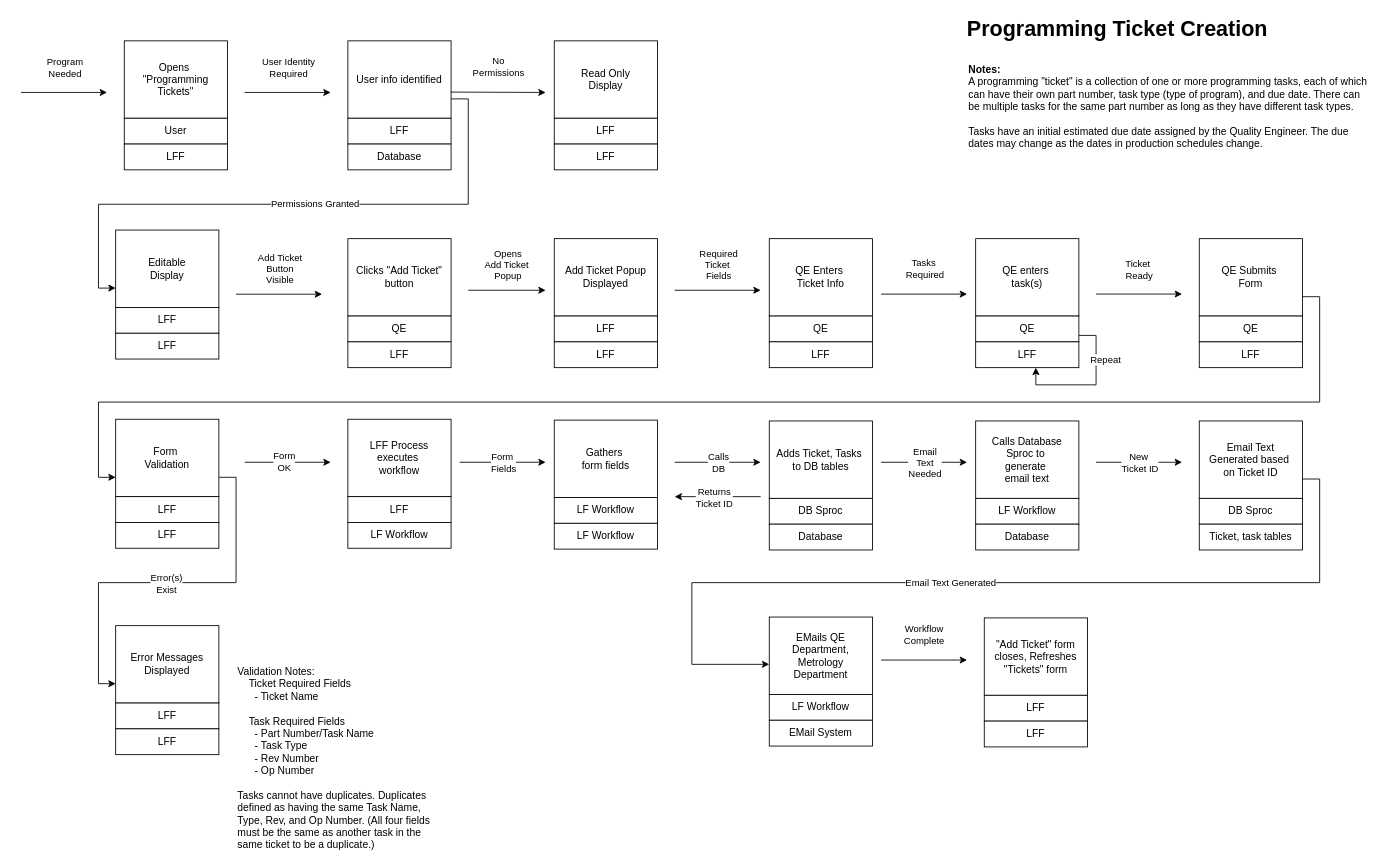
Earlier version of the draw.io diagram page "Create Prog Ticket" (1 of 6) of LFForms/MPM/Diagrams/UPN/Metrology Ticket System Processes.drawio (jeffreytwhitney/LFForms). Source tidied: cells renumbered, new cells numbered last; positions are measured from the earlier drawing's top-left corner, leaving out a move shared by most shapes. Both pictures are drawn from the tidied source at 86%, with x=0, y=0 at pixel (21, 15).
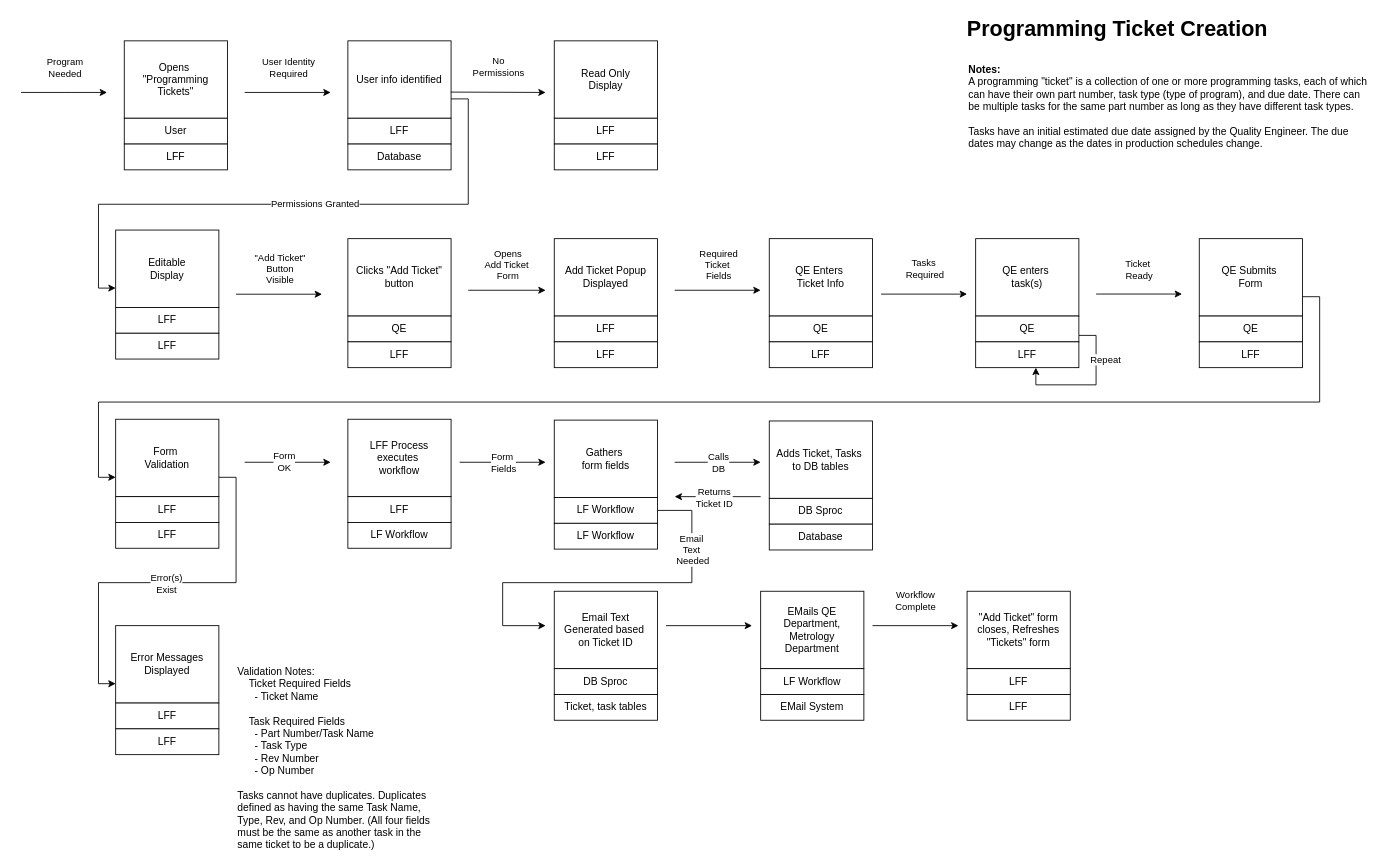
The same page after the edit.

The change refers to these unchanged cells:
```xml
<mxCell id="26" style="endArrow=classic;html=1;rounded=0;" parent="1" edge="1">
  <mxGeometry relative="1" as="geometry">
    <mxPoint x="250" y="324.6" as="sourcePoint" />
    <mxPoint x="350" y="324.6" as="targetPoint" />
  </mxGeometry>
</mxCell>
<mxCell id="32" style="endArrow=classic;html=1;rounded=0;" parent="1" edge="1">
  <mxGeometry relative="1" as="geometry">
    <mxPoint x="520" y="320" as="sourcePoint" />
    <mxPoint x="610" y="320" as="targetPoint" />
  </mxGeometry>
</mxCell>
<mxCell id="79" value="LF Workflow" style="rounded=0;whiteSpace=wrap;html=1;" parent="77" vertex="1">
  <mxGeometry y="90" width="120" height="30" as="geometry" />
</mxCell>
<mxCell id="90" value="Email Text&lt;div&gt;Generated based&amp;nbsp;&lt;/div&gt;&lt;div&gt;on Ticket ID&lt;/div&gt;" style="rounded=0;whiteSpace=wrap;html=1;" parent="89" vertex="1">
  <mxGeometry width="120" height="90" as="geometry" />
</mxCell>
```

What changed in the source:
```diff
@@
-    <mxCell id="27" value="Add Ticket&lt;div&gt;Button&lt;/div&gt;&lt;div&gt;Visible&lt;/div&gt;" style="edgeLabel;html=1;align=center;verticalAlign=middle;" parent="26" vertex="1">
+    <mxCell id="27" value="&quot;Add Ticket&quot;&lt;div&gt;Button&lt;/div&gt;&lt;div&gt;Visible&lt;/div&gt;" style="edgeLabel;html=1;align=center;verticalAlign=middle;" parent="26" vertex="1">
       <mxGeometry relative="1" as="geometry">
         <mxPoint y="-30" as="offset" />
       </mxGeometry>
     </mxCell>
@@
-    <mxCell id="33" value="Opens&lt;div&gt;Add Ticket&amp;nbsp;&lt;/div&gt;&lt;div&gt;Popup&lt;/div&gt;" style="edgeLabel;html=1;align=center;verticalAlign=middle;" parent="32" vertex="1">
+    <mxCell id="33" value="Opens&lt;div&gt;Add Ticket&amp;nbsp;&lt;/div&gt;&lt;div&gt;Form&lt;/div&gt;" style="edgeLabel;html=1;align=center;verticalAlign=middle;" parent="32" vertex="1">
       <mxGeometry relative="1" as="geometry">
         <mxPoint y="-30" as="offset" />
       </mxGeometry>
     </mxCell>
@@
     <mxCell id="89" style="group;" parent="1" vertex="1">
-      <mxGeometry x="1370" y="472" width="120" height="150" as="geometry" />
+      <mxGeometry x="620" y="670" width="120" height="150" as="geometry" />
     </mxCell>
@@
     <mxCell id="93" style="endArrow=classic;html=1;rounded=0;" parent="1" edge="1">
       <mxGeometry relative="1" as="geometry">
-        <mxPoint x="1000" y="520" as="sourcePoint" />
-        <mxPoint x="1100" y="520" as="targetPoint" />
+        <mxPoint x="750" y="710" as="sourcePoint" />
+        <mxPoint x="850" y="710" as="targetPoint" />
       </mxGeometry>
     </mxCell>
+    <mxCell id="99" style="endArrow=classic;html=1;rounded=0;edgeStyle=orthogonalEdgeStyle;exitX=1;exitY=0.5;exitDx=0;exitDy=0;" parent="1" edge="1" source="79">
+      <mxGeometry relative="1" as="geometry">
+        <mxPoint x="610" y="710" as="targetPoint" />
+        <Array as="points">
+          <mxPoint x="780" y="576" />
+          <mxPoint x="780" y="660" />
+          <mxPoint x="560" y="660" />
+          <mxPoint x="560" y="710" />
+        </Array>
+      </mxGeometry>
+    </mxCell>
-    <mxCell id="94" value="Email&lt;div&gt;Text&lt;/div&gt;&lt;div&gt;Needed&lt;/div&gt;" style="edgeLabel;html=1;align=center;verticalAlign=middle;" parent="93" vertex="1">
-      <mxGeometry relative="1" as="geometry" />
+    <mxCell id="94" value="Email&amp;nbsp;&lt;br&gt;Text&amp;nbsp;&lt;div&gt;Needed&lt;/div&gt;" style="edgeLabel;html=1;align=center;verticalAlign=middle;" parent="99" vertex="1">
+      <mxGeometry x="-0.66" relative="1" as="geometry">
+        <mxPoint y="10" as="offset" />
+      </mxGeometry>
     </mxCell>
-    <mxCell id="95" style="group;" parent="1" vertex="1">
-      <mxGeometry x="1110" y="472" width="120" height="150" as="geometry" />
-    </mxCell>
-    <mxCell id="96" value="Calls Database&lt;div&gt;Sproc to&amp;nbsp;&lt;/div&gt;&lt;div&gt;generate&amp;nbsp;&lt;/div&gt;&lt;div&gt;email text&lt;/div&gt;" style="rounded=0;whiteSpace=wrap;html=1;" parent="95" vertex="1">
-      <mxGeometry width="120" height="90" as="geometry" />
-    </mxCell>
-    <mxCell id="97" value="LF Workflow" style="rounded=0;whiteSpace=wrap;html=1;" parent="95" vertex="1">
-      <mxGeometry y="90" width="120" height="30" as="geometry" />
-    </mxCell>
-    <mxCell id="98" value="Database" style="rounded=0;whiteSpace=wrap;html=1;" parent="95" vertex="1">
-      <mxGeometry y="120" width="120" height="30" as="geometry" />
-    </mxCell>
-    <mxCell id="99" style="endArrow=classic;html=1;rounded=0;" parent="1" edge="1">
-      <mxGeometry relative="1" as="geometry">
-        <mxPoint x="1250" y="520" as="sourcePoint" />
-        <mxPoint x="1350" y="520" as="targetPoint" />
-      </mxGeometry>
-    </mxCell>
-    <mxCell id="100" value="New&amp;nbsp;&lt;div&gt;Ticket ID&lt;/div&gt;" style="edgeLabel;html=1;align=center;verticalAlign=middle;" parent="99" vertex="1">
-      <mxGeometry relative="1" as="geometry" />
-    </mxCell>
@@
     <mxCell id="103" style="group;" parent="1" vertex="1">
-      <mxGeometry x="870" y="700" width="120" height="150" as="geometry" />
+      <mxGeometry x="860" y="670" width="120" height="150" as="geometry" />
     </mxCell>
@@
-    <mxCell id="107" style="edgeStyle=orthogonalEdgeStyle;rounded=0;jettySize=auto;html=1;exitX=1;exitY=0.75;exitDx=0;exitDy=0;" parent="1" edge="1" source="90">
-      <mxGeometry relative="1" as="geometry">
-        <mxPoint x="870" y="755" as="targetPoint" />
-        <Array as="points">
-          <mxPoint x="1510" y="539" />
-          <mxPoint x="1510" y="660" />
-          <mxPoint x="780" y="660" />
-          <mxPoint x="780" y="755" />
-          <mxPoint x="870" y="755" />
-        </Array>
-      </mxGeometry>
-    </mxCell>
-    <mxCell id="108" value="Email Text Generated" style="edgeLabel;html=1;align=center;verticalAlign=middle;" parent="107" vertex="1">
-      <mxGeometry x="0.08" y="-1" relative="1" as="geometry" />
-    </mxCell>
     <mxCell id="109" style="endArrow=classic;html=1;rounded=0;" parent="1" edge="1">
       <mxGeometry relative="1" as="geometry">
-        <mxPoint x="1000" y="750" as="sourcePoint" />
-        <mxPoint x="1100" y="750" as="targetPoint" />
+        <mxPoint x="990" y="710" as="sourcePoint" />
+        <mxPoint x="1090" y="710" as="targetPoint" />
       </mxGeometry>
     </mxCell>
@@
     <mxCell id="111" style="group;" parent="1" vertex="1">
-      <mxGeometry x="1120" y="701" width="120" height="150" as="geometry" />
+      <mxGeometry x="1100" y="670" width="120" height="150" as="geometry" />
     </mxCell>
```
